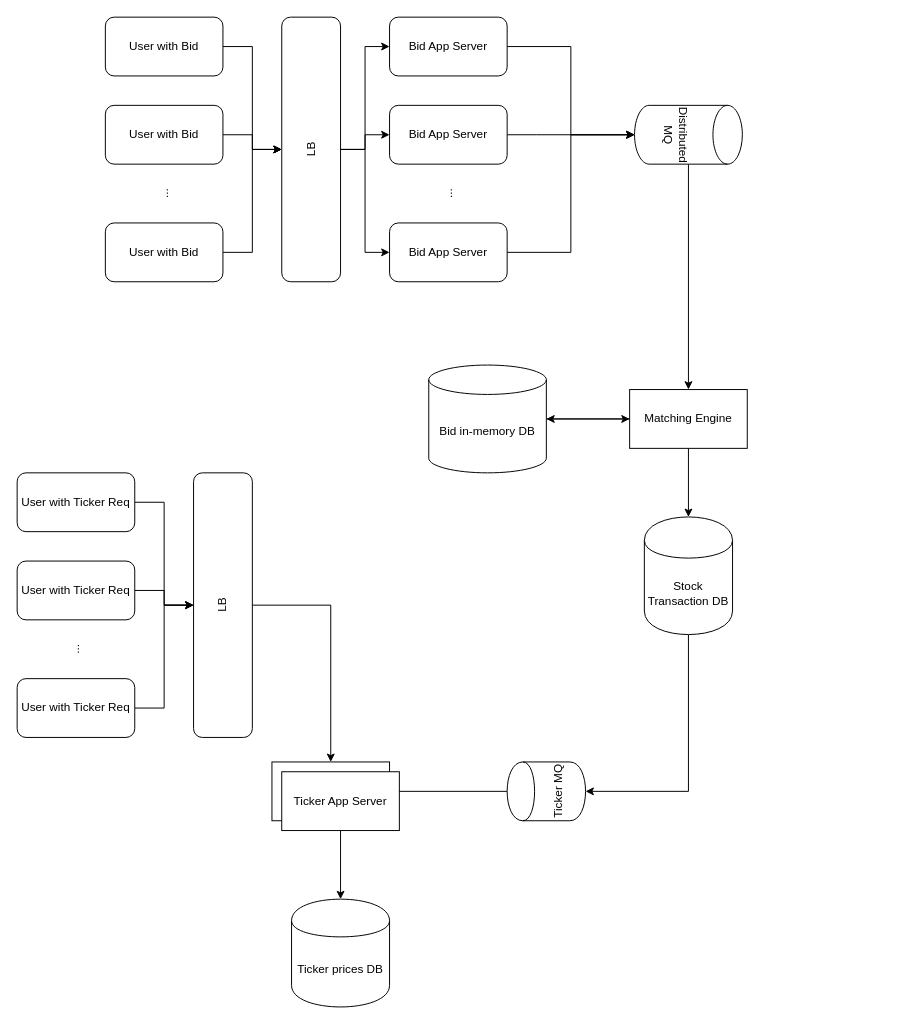
Above: drawios/Bid/Trading System (幣安交易所).drawio in whmou/component-archs (draw.io), before the change. Source tidied: cells renumbered, new cells numbered last; positions are measured from the earlier drawing's top-left corner, leaving out a move shared by most shapes. Both pictures are drawn from the tidied source at 98%, with x=0, y=0 at pixel (17, 17).
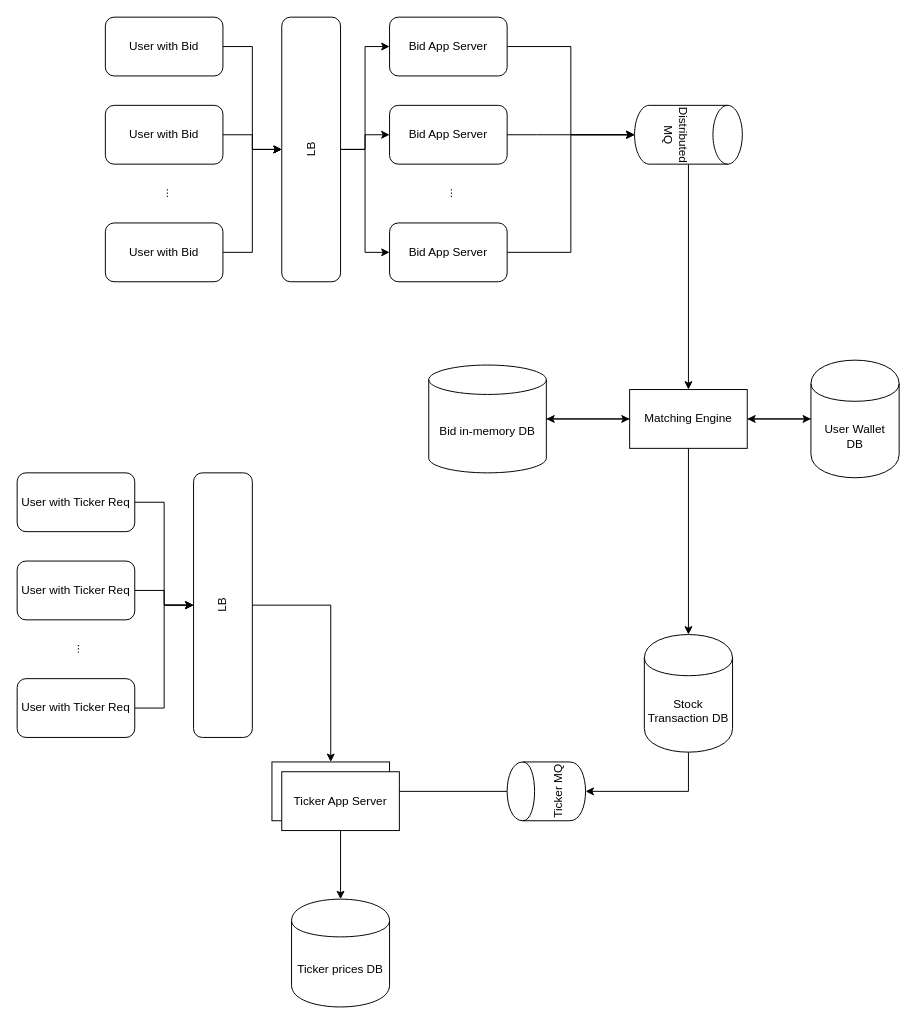
After the change.

Commit message:
Update Trading System (幣安交易所).drawio

The change refers to these unchanged cells:
```xml
<mxCell id="24" value="Matching Engine" style="whiteSpace=wrap;html=1;" parent="1" vertex="1">
  <mxGeometry x="625" y="380" width="120" height="60" as="geometry" />
</mxCell>
```

The edit, as a diff of the source:
```diff
@@
+    <mxCell id="44" style="edgeStyle=orthogonalEdgeStyle;rounded=0;jettySize=auto;html=1;" parent="1" edge="1" source="24" target="46">
+      <mxGeometry relative="1" as="geometry" />
+    </mxCell>
@@
     <mxCell id="28" value="Stock Transaction DB" style="shape=cylinder;whiteSpace=wrap;html=1;boundedLbl=1;backgroundOutline=1;" parent="1" vertex="1">
-      <mxGeometry x="640" y="510" width="90" height="120" as="geometry" />
+      <mxGeometry x="640" y="630" width="90" height="120" as="geometry" />
     </mxCell>
@@
+    <mxCell id="45" style="edgeStyle=orthogonalEdgeStyle;rounded=0;jettySize=auto;html=1;entryX=1;entryY=0.5;entryDx=0;entryDy=0;" parent="1" edge="1" source="46" target="24">
+      <mxGeometry relative="1" as="geometry" />
+    </mxCell>
+    <mxCell id="46" value="User Wallet &lt;br&gt;DB" style="shape=cylinder;whiteSpace=wrap;html=1;boundedLbl=1;backgroundOutline=1;" parent="1" vertex="1">
+      <mxGeometry x="810" y="350" width="90" height="120" as="geometry" />
+    </mxCell>
```
